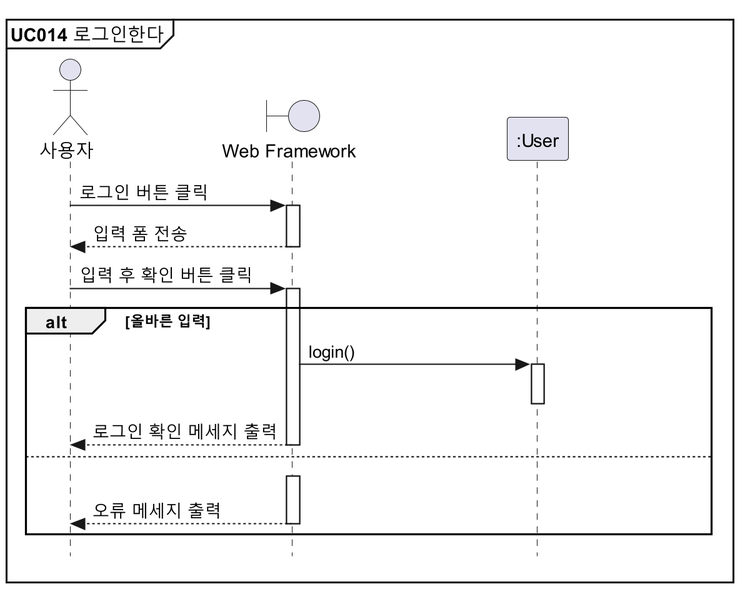
parkchamchi/SoftwareEngineering2023 keeps this PlantUML diagram as docs/설계명세서/images/seq_diag/uc014.png. Above is the earlier version.
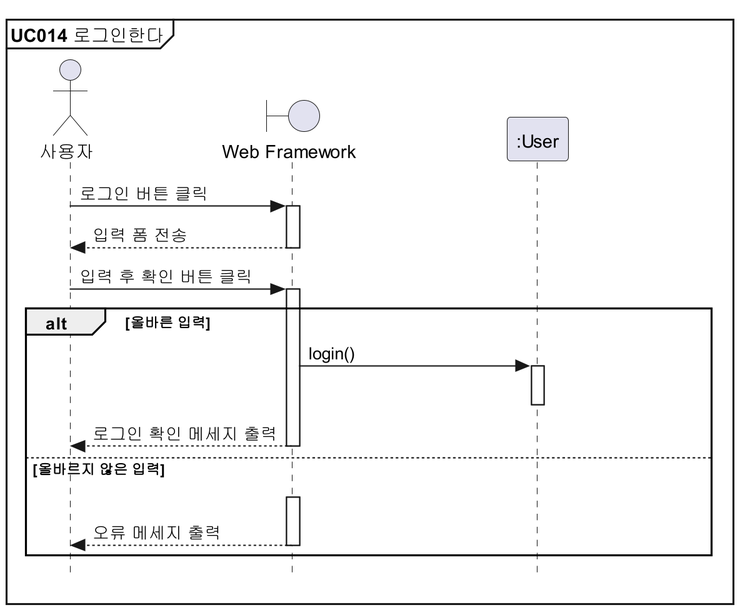
After the commit.

Commit message:
시퀀스 다이어그램: uc014: else에 구절 추가 (#13)

Diff of the diagram source:
```diff
@@ -14,7 +14,7 @@
 	view -> User : login()
 	deactivate User
 	view --> 사용자 : 로그인 확인 메세지 출력
-else
+else 올바르지 않은 입력
 	view -[hidden]> view
 	view --> 사용자 : 오류 메세지 출력
 end
```
